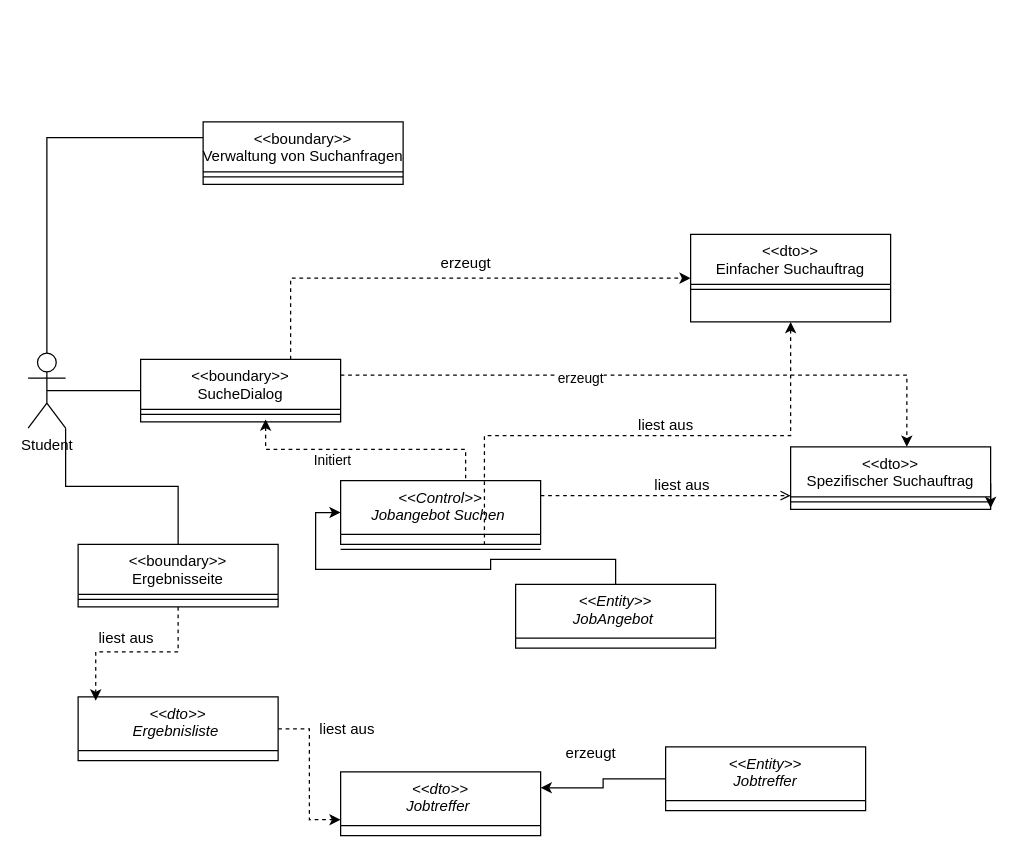
Above: 71b.drawio in dhefel2s/Hbrs (draw.io), before the change. Source tidied: cells renumbered, new cells numbered last; positions are measured from the earlier drawing's top-left corner, leaving out a move shared by most shapes. Both pictures are drawn from the tidied source at 125%, with x=0, y=0 at pixel (28, 121).
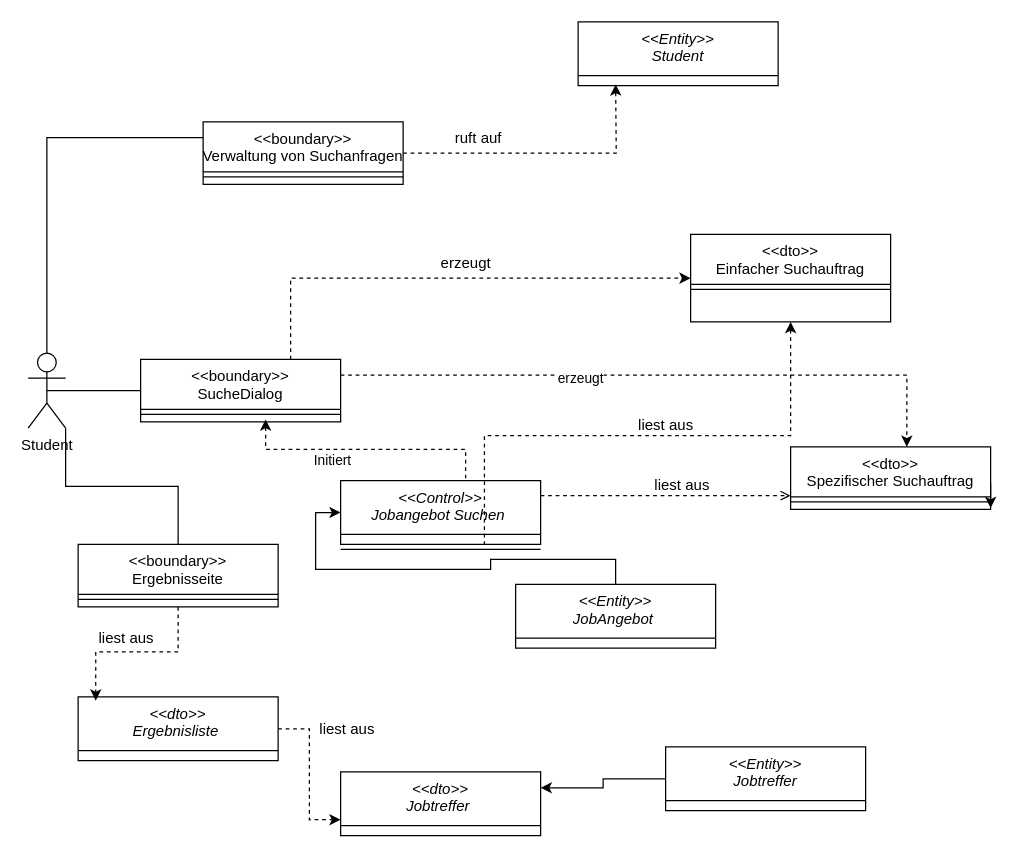
After the change.

Unchanged cells that the change refers to:
```xml
<mxCell id="38" value="&lt;&lt;boundary&gt;&gt;&#10;Verwaltung von Suchanfragen" style="swimlane;fontStyle=0;align=center;verticalAlign=top;horizontal=1;startSize=40;rounded=0;shadow=0;strokeWidth=1;" parent="1" vertex="1">
  <mxGeometry x="140" width="160" height="50" as="geometry" />
</mxCell>
```

Change to the diagram source:
```diff
@@
-    <mxCell id="37" value="erzeugt" style="text;html=1;align=center;verticalAlign=middle;strokeColor=none;fillColor=none;" parent="1" vertex="1">
-      <mxGeometry x="420" y="490" width="60" height="30" as="geometry" />
-    </mxCell>
+    <mxCell id="40" style="edgeStyle=orthogonalEdgeStyle;rounded=0;jettySize=auto;html=1;exitX=1;exitY=0.5;exitDx=0;exitDy=0;dashed=1;" parent="1" edge="1" source="38">
+      <mxGeometry relative="1" as="geometry">
+        <mxPoint x="470" y="-30" as="targetPoint" />
+      </mxGeometry>
+    </mxCell>
@@
+    <mxCell id="41" value="&lt;&lt;Entity&gt;&gt;&#10;Student" style="swimlane;fontStyle=2;align=center;verticalAlign=top;horizontal=1;startSize=43;rounded=0;shadow=0;strokeWidth=1;" parent="1" vertex="1">
+      <mxGeometry x="440" y="-80" width="160" height="51" as="geometry" />
+    </mxCell>
+    <mxCell id="42" value="ruft auf" style="text;html=1;align=center;verticalAlign=middle;strokeColor=none;fillColor=none;" parent="1" vertex="1">
+      <mxGeometry x="330" y="-2" width="60" height="30" as="geometry" />
+    </mxCell>
```
